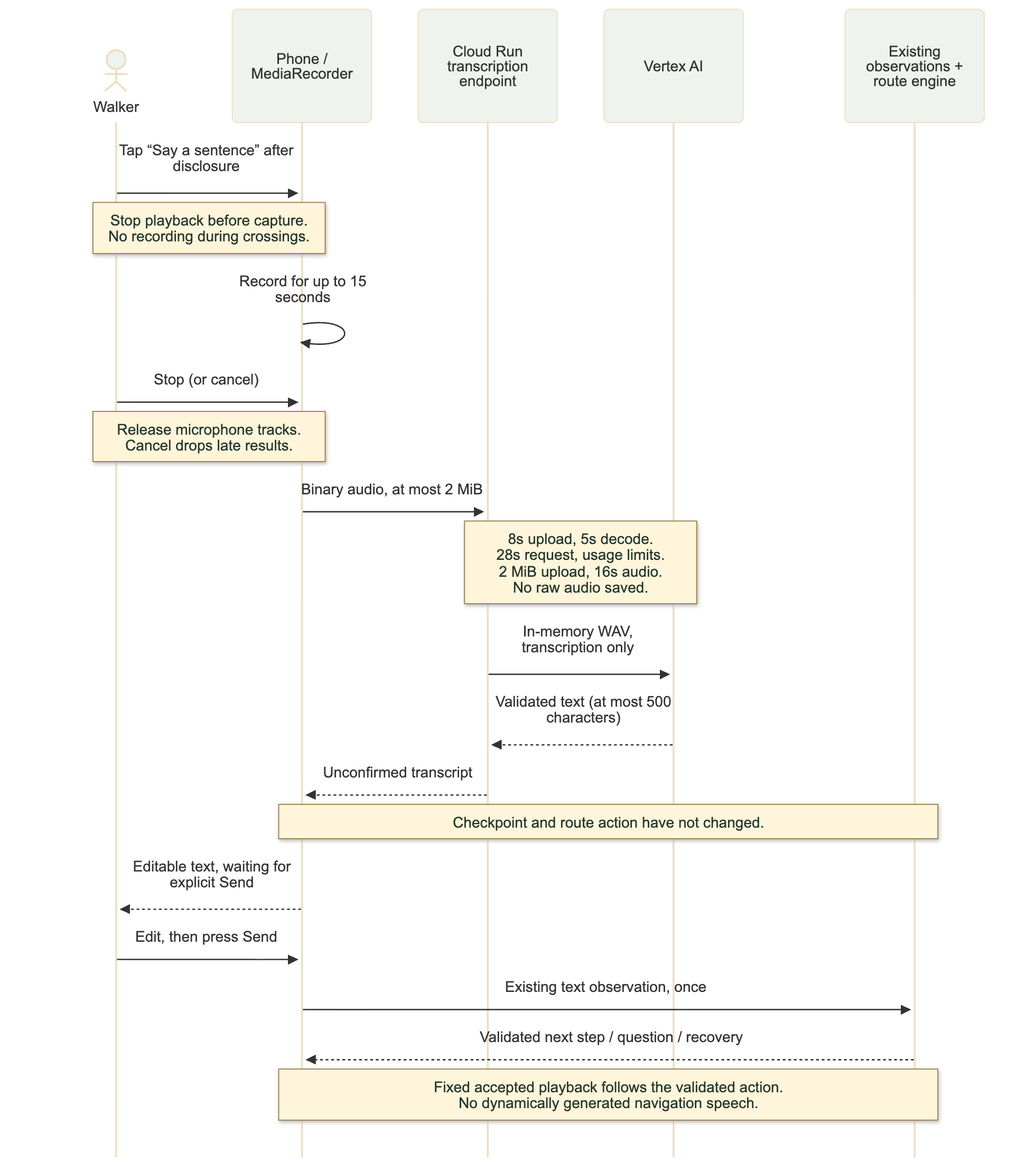
Before: docs/architecture/voice-input-sequence.png, a diagram exported from Mermaid (Crystal32378/Nightingale-Walk-with-Me). Its source is kept beside it as docs/architecture/voice-input-sequence.mmd.
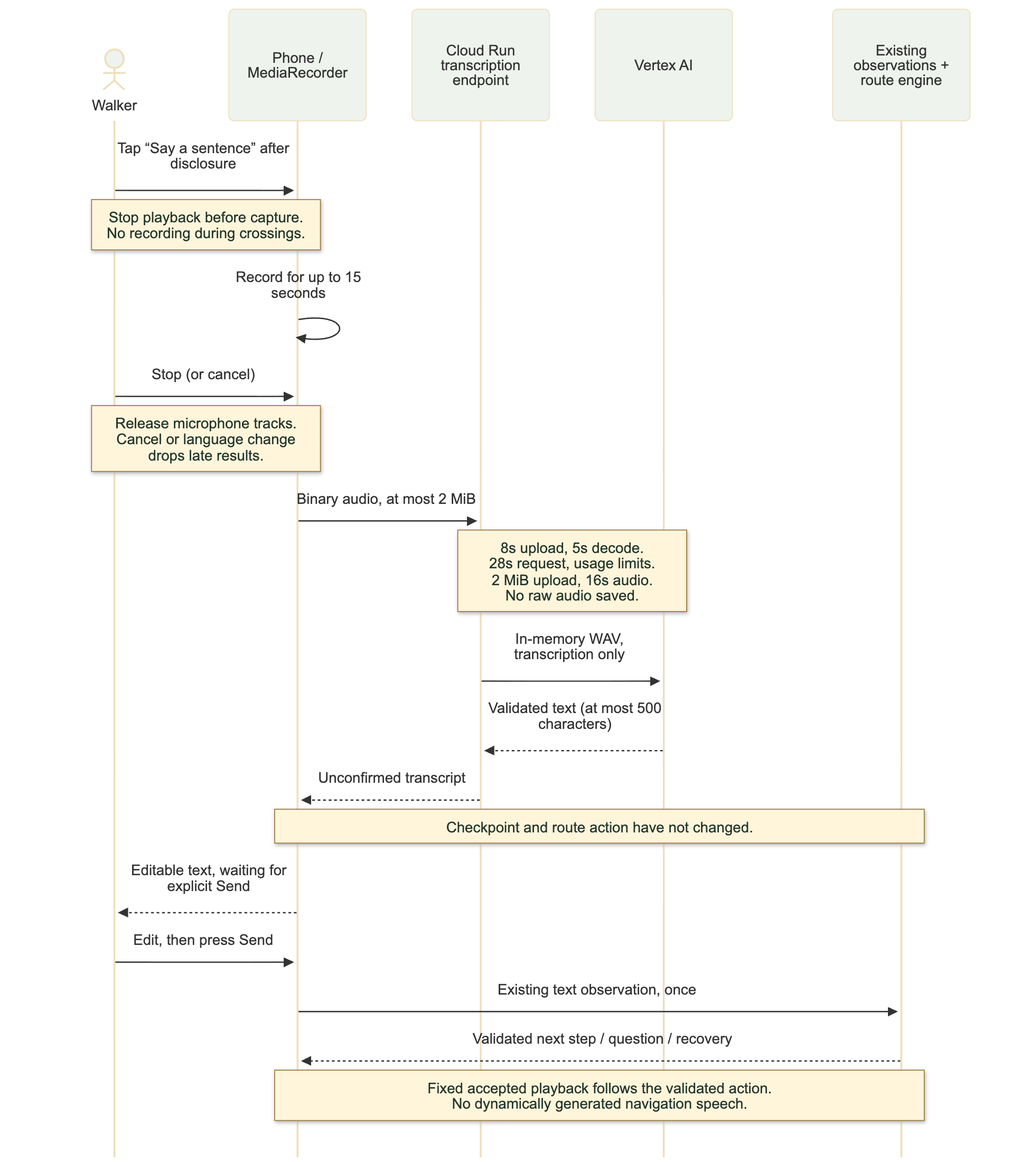
Later version of the same file.

What changed in the source:
```diff
@@ -24,7 +24,7 @@
   Note over Walker,Phone: Stop playback before capture.<br/>No recording during crossings.
   Phone->>Phone: Record for up to 15 seconds
   Walker->>Phone: Stop (or cancel)
-  Note over Walker,Phone: Release microphone tracks.<br/>Cancel drops late results.
+  Note over Walker,Phone: Release microphone tracks.<br/>Cancel or language change<br/>drops late results.
   Phone->>API: Binary audio, at most 2 MiB
   Note over API,Vertex: 8s upload, 5s decode.<br/>28s request, usage limits.<br/>2 MiB upload, 16s audio.<br/>No raw audio saved.
   API->>Vertex: In-memory WAV, transcription only
```
